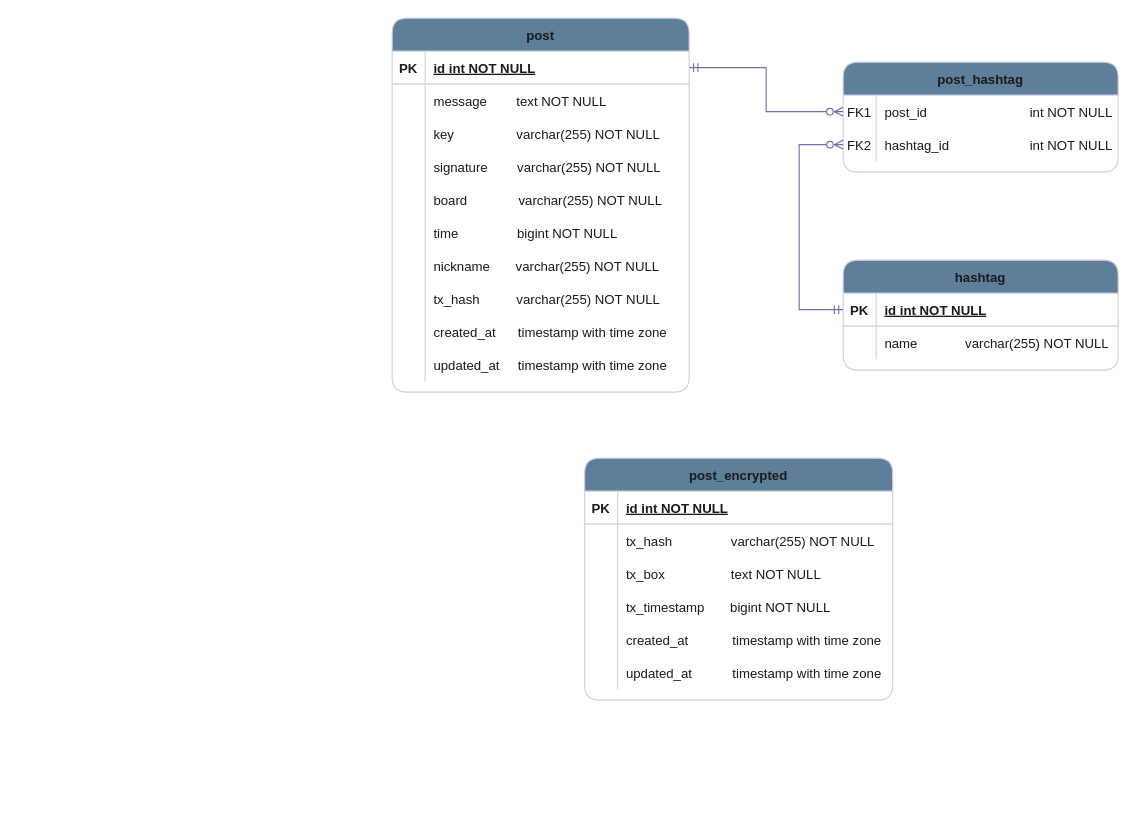
Above: diagrams/database-diagram.drawio in kryptokrona/hugin-api (draw.io), before the change. Source tidied: cells renumbered, new cells numbered last; positions are measured from the earlier drawing's top-left corner, leaving out a move shared by most shapes. Both pictures are drawn from the tidied source at 110%, with x=0, y=0 at pixel (392, 18).
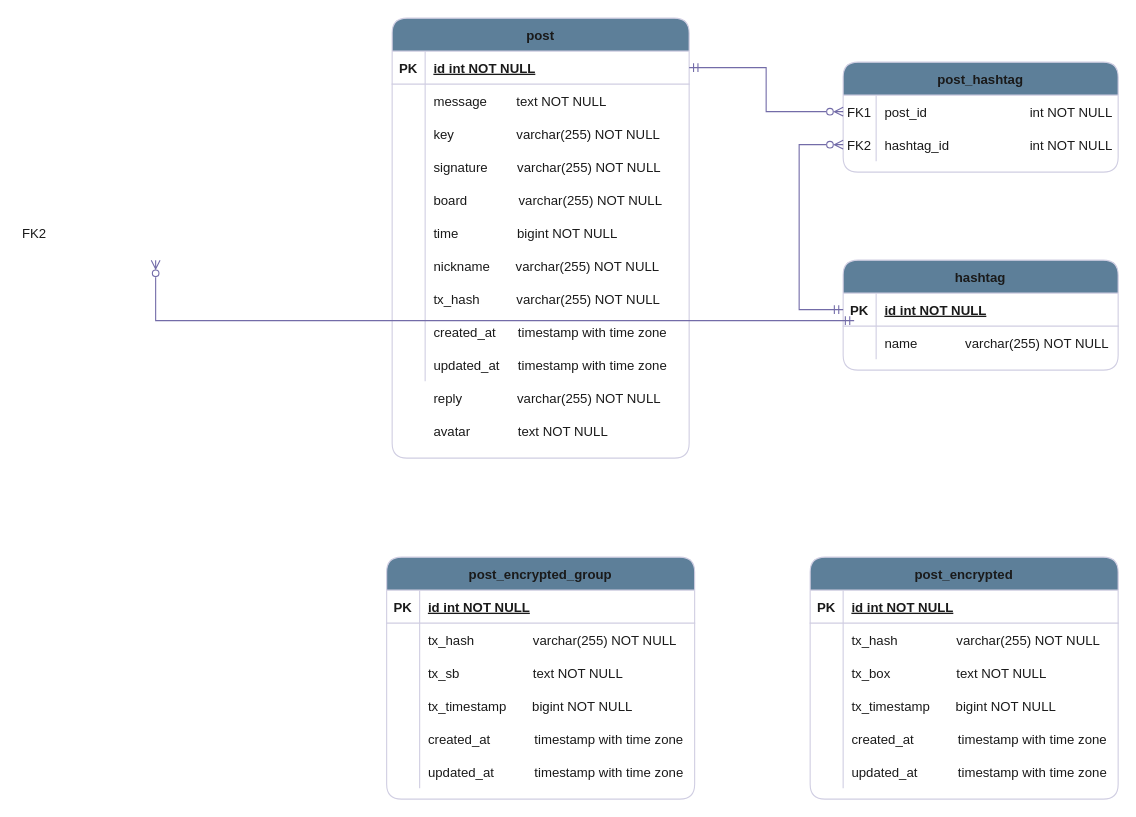
After the change.

What changed in the source:
```diff
@@
     <mxCell id="9" value="post" style="shape=table;startSize=30;childLayout=tableLayout;rowLines=0;fontStyle=1;align=center;rounded=1;strokeWidth=1;fillColor=#5D7F99;strokeColor=#D0CEE2;fontColor=#1A1A1A;labelBackgroundColor=none;labelBorderColor=none;swimlaneFillColor=default;" parent="1" vertex="1">
-      <mxGeometry width="270" height="340" as="geometry" />
+      <mxGeometry width="270" height="400" as="geometry" />
     </mxCell>
@@
     <mxCell id="51" value="post_encrypted" style="shape=table;startSize=30;childLayout=tableLayout;rowLines=0;fontStyle=1;align=center;rounded=1;strokeWidth=1;fillColor=#5D7F99;strokeColor=#D0CEE2;fontColor=#1A1A1A;labelBackgroundColor=none;labelBorderColor=none;swimlaneFillColor=default;" parent="1" vertex="1">
-      <mxGeometry x="175" y="400" width="280" height="220" as="geometry" />
+      <mxGeometry x="380" y="490" width="280" height="220" as="geometry" />
     </mxCell>
@@
+    <mxCell id="70" style="shape=tableRow;horizontal=0;startSize=0;swimlaneHead=0;swimlaneBody=0;fillColor=none;top=0;left=0;right=0;bottom=0;strokeColor=#D0CEE2;fontColor=#1A1A1A;" parent="1" vertex="1">
+      <mxGeometry y="330" width="270" height="30" as="geometry" />
+    </mxCell>
+    <mxCell id="71" style="shape=partialRectangle;fillColor=none;top=0;left=0;bottom=0;right=0;overflow=hidden;strokeColor=#D0CEE2;fontColor=#1A1A1A;" parent="70" vertex="1">
+      <mxGeometry width="30" height="30" as="geometry" />
+    </mxCell>
+    <mxCell id="72" value="reply               varchar(255) NOT NULL" style="shape=partialRectangle;fillColor=none;top=0;left=0;bottom=0;right=0;align=left;spacingLeft=6;overflow=hidden;strokeColor=#D0CEE2;fontColor=#1A1A1A;" parent="1" vertex="1">
+      <mxGeometry x="30" y="330" width="240" height="30" as="geometry" />
+    </mxCell>
+    <mxCell id="73" value="avatar             text NOT NULL" style="shape=partialRectangle;fillColor=none;top=0;left=0;bottom=0;right=0;align=left;spacingLeft=6;overflow=hidden;strokeColor=#D0CEE2;fontColor=#1A1A1A;" parent="1" vertex="1">
+      <mxGeometry x="30" y="360" width="240" height="30" as="geometry" />
+    </mxCell>
+    <mxCell id="74" value="post_encrypted_group" style="shape=table;startSize=30;childLayout=tableLayout;rowLines=0;fontStyle=1;align=center;rounded=1;strokeWidth=1;fillColor=#5D7F99;strokeColor=#D0CEE2;fontColor=#1A1A1A;labelBackgroundColor=none;labelBorderColor=none;swimlaneFillColor=default;" parent="1" vertex="1">
+      <mxGeometry x="-5" y="490" width="280" height="220" as="geometry" />
+    </mxCell>
+    <mxCell id="75" style="shape=partialRectangle;fillColor=none;top=0;left=0;right=0;bottom=1;strokeColor=#D0CEE2;fontColor=#1A1A1A;" parent="74" vertex="1">
+      <mxGeometry y="30" width="280" height="30" as="geometry" />
+    </mxCell>
+    <mxCell id="76" value="PK" style="shape=partialRectangle;overflow=hidden;fillColor=none;top=0;left=0;bottom=0;right=0;fontStyle=1;strokeColor=#D0CEE2;fontColor=#1A1A1A;" parent="75" vertex="1">
+      <mxGeometry width="30" height="30" as="geometry" />
+    </mxCell>
+    <mxCell id="77" value="id int NOT NULL " style="shape=partialRectangle;overflow=hidden;fillColor=none;top=0;left=0;bottom=0;right=0;align=left;spacingLeft=6;fontStyle=5;strokeColor=#D0CEE2;fontColor=#1A1A1A;" parent="75" vertex="1">
+      <mxGeometry x="30" width="250" height="30" as="geometry" />
+    </mxCell>
+    <mxCell id="78" style="shape=partialRectangle;fillColor=none;top=0;left=0;right=0;bottom=0;strokeColor=#D0CEE2;fontColor=#1A1A1A;" parent="74" vertex="1">
+      <mxGeometry y="60" width="280" height="30" as="geometry" />
+    </mxCell>
+    <mxCell id="79" style="shape=partialRectangle;overflow=hidden;fillColor=none;top=0;left=0;bottom=0;right=0;strokeColor=#D0CEE2;fontColor=#1A1A1A;" parent="78" vertex="1">
+      <mxGeometry width="30" height="30" as="geometry" />
+    </mxCell>
+    <mxCell id="80" value="tx_hash                varchar(255) NOT NULL" style="shape=partialRectangle;overflow=hidden;fillColor=none;top=0;left=0;bottom=0;right=0;align=left;spacingLeft=6;strokeColor=#D0CEE2;fontColor=#1A1A1A;" parent="78" vertex="1">
+      <mxGeometry x="30" width="250" height="30" as="geometry" />
+    </mxCell>
+    <mxCell id="81" style="shape=tableRow;horizontal=0;startSize=0;swimlaneHead=0;swimlaneBody=0;fillColor=none;top=0;left=0;right=0;bottom=0;strokeColor=#D0CEE2;fontColor=#1A1A1A;" parent="74" vertex="1">
+      <mxGeometry y="90" width="280" height="30" as="geometry" />
+    </mxCell>
+    <mxCell id="82" style="shape=partialRectangle;fillColor=none;top=0;left=0;bottom=0;right=0;overflow=hidden;strokeColor=#D0CEE2;fontColor=#1A1A1A;" parent="81" vertex="1">
+      <mxGeometry width="30" height="30" as="geometry" />
+    </mxCell>
+    <mxCell id="83" value="tx_sb                    text NOT NULL" style="shape=partialRectangle;fillColor=none;top=0;left=0;bottom=0;right=0;align=left;spacingLeft=6;overflow=hidden;strokeColor=#D0CEE2;fontColor=#1A1A1A;" parent="81" vertex="1">
+      <mxGeometry x="30" width="250" height="30" as="geometry" />
+    </mxCell>
+    <mxCell id="84" style="shape=tableRow;horizontal=0;startSize=0;swimlaneHead=0;swimlaneBody=0;fillColor=none;top=0;left=0;right=0;bottom=0;strokeColor=#D0CEE2;fontColor=#1A1A1A;" parent="74" vertex="1">
+      <mxGeometry y="120" width="280" height="30" as="geometry" />
+    </mxCell>
+    <mxCell id="85" style="shape=partialRectangle;fillColor=none;top=0;left=0;bottom=0;right=0;overflow=hidden;strokeColor=#D0CEE2;fontColor=#1A1A1A;" parent="84" vertex="1">
+      <mxGeometry width="30" height="30" as="geometry" />
+    </mxCell>
+    <mxCell id="86" value="tx_timestamp       bigint NOT NULL" style="shape=partialRectangle;fillColor=none;top=0;left=0;bottom=0;right=0;align=left;spacingLeft=6;overflow=hidden;strokeColor=#D0CEE2;fontColor=#1A1A1A;" parent="84" vertex="1">
+      <mxGeometry x="30" width="250" height="30" as="geometry" />
+    </mxCell>
+    <mxCell id="87" style="shape=tableRow;horizontal=0;startSize=0;swimlaneHead=0;swimlaneBody=0;fillColor=none;top=0;left=0;right=0;bottom=0;strokeColor=#D0CEE2;fontColor=#1A1A1A;" parent="74" vertex="1">
+      <mxGeometry y="150" width="280" height="30" as="geometry" />
+    </mxCell>
+    <mxCell id="88" style="shape=partialRectangle;fillColor=none;top=0;left=0;bottom=0;right=0;overflow=hidden;strokeColor=#D0CEE2;fontColor=#1A1A1A;" parent="87" vertex="1">
+      <mxGeometry width="30" height="30" as="geometry" />
+    </mxCell>
+    <mxCell id="89" value="created_at            timestamp with time zone" style="shape=partialRectangle;fillColor=none;top=0;left=0;bottom=0;right=0;align=left;spacingLeft=6;overflow=hidden;strokeColor=#D0CEE2;fontColor=#1A1A1A;" parent="87" vertex="1">
+      <mxGeometry x="30" width="250" height="30" as="geometry" />
+    </mxCell>
+    <mxCell id="90" style="shape=tableRow;horizontal=0;startSize=0;swimlaneHead=0;swimlaneBody=0;fillColor=none;top=0;left=0;right=0;bottom=0;strokeColor=#D0CEE2;fontColor=#1A1A1A;" parent="74" vertex="1">
+      <mxGeometry y="180" width="280" height="30" as="geometry" />
+    </mxCell>
+    <mxCell id="91" style="shape=partialRectangle;fillColor=none;top=0;left=0;bottom=0;right=0;overflow=hidden;strokeColor=#D0CEE2;fontColor=#1A1A1A;" parent="90" vertex="1">
+      <mxGeometry width="30" height="30" as="geometry" />
+    </mxCell>
+    <mxCell id="92" value="updated_at           timestamp with time zone" style="shape=partialRectangle;fillColor=none;top=0;left=0;bottom=0;right=0;align=left;spacingLeft=6;overflow=hidden;strokeColor=#D0CEE2;fontColor=#1A1A1A;" parent="90" vertex="1">
+      <mxGeometry x="30" width="250" height="30" as="geometry" />
+    </mxCell>
+    <mxCell id="93" style="group;fillColor=none;fontColor=#1A1A1A;" parent="1" vertex="1">
+      <mxGeometry x="-340" y="120" width="250" height="100" as="geometry" />
+    </mxCell>
+    <mxCell id="94" value="FK2" style="shape=partialRectangle;overflow=hidden;fillColor=none;top=0;left=0;bottom=0;right=0;strokeColor=#D0CEE2;fontColor=#1A1A1A;" parent="93" vertex="1">
+      <mxGeometry y="60" width="30" height="30" as="geometry" />
+    </mxCell>
+    <mxCell id="95" style="edgeStyle=orthogonalEdgeStyle;rounded=0;orthogonalLoop=1;jettySize=auto;html=1;exitX=0.5;exitY=1;exitDx=0;exitDy=0;entryX=0.5;entryY=0;entryDx=0;entryDy=0;startArrow=ERzeroToMany;startFill=0;endArrow=ERmandOne;endFill=0;shadow=0;labelBorderColor=none;strokeColor=#736CA8;fontColor=#1A1A1A;" parent="1" edge="1">
+      <mxGeometry relative="1" as="geometry">
+        <mxPoint x="-215" y="220" as="sourcePoint" />
+        <mxPoint x="420" y="275" as="targetPoint" />
+        <Array as="points">
+          <mxPoint x="-215" y="250" />
+          <mxPoint x="-215" y="250" />
+        </Array>
+      </mxGeometry>
+    </mxCell>
```
